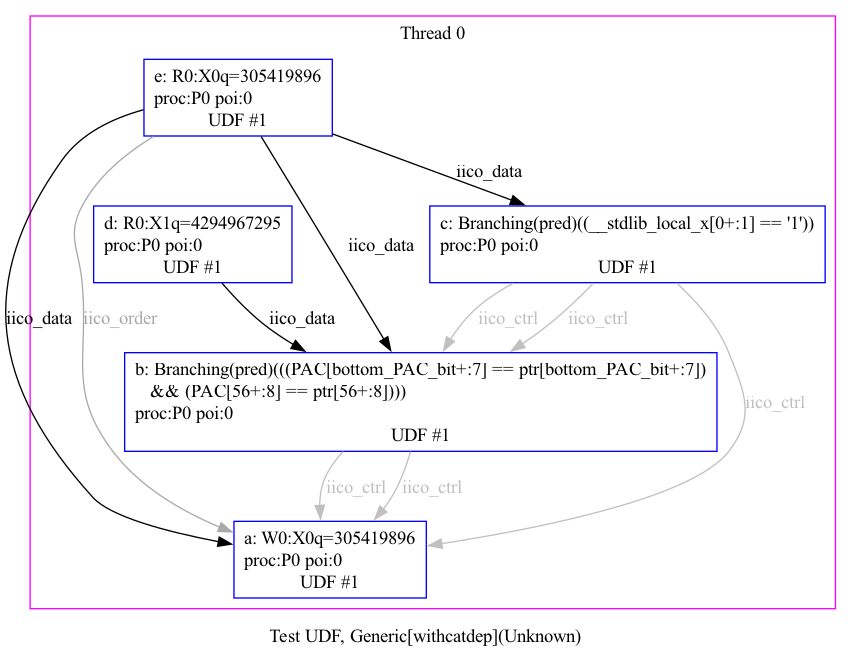
herd/herdtools7 keeps this Graphviz diagram as pac_tests/notes/pauth1_success.png. Above is the earlier version. Its source is kept beside it as pac_tests/notes/pauth1_success.dot. Source of this version:
```dot
digraph G {


/* legend */
label="Test UDF, Generic[withcatdep](Unknown)";


/* the unlocked events */
subgraph cluster_proc0 { rank=sink; label = "Thread 0"; color=magenta; shape=box;
eiid0 [label="a: W0:X0q=305419896\lproc:P0 poi:0\lUDF #1", shape="box", color="blue"];
eiid1 [label="b: Branching(pred)(((PAC[bottom_PAC_bit+:7] == ptr[bottom_PAC_bit+:7])
   && (PAC[56+:8] == ptr[56+:8])))\lproc:P0 poi:0\lUDF #1", shape="box", color="blue"];
eiid2 [label="c: Branching(pred)((__stdlib_local_x[0+:1] == '1'))\lproc:P0 poi:0\lUDF #1", shape="box", color="blue"];
eiid3 [label="d: R0:X1q=4294967295\lproc:P0 poi:0\lUDF #1", shape="box", color="blue"];
eiid4 [label="e: R0:X0q=305419896\lproc:P0 poi:0\lUDF #1", shape="box", color="blue"];
}

/* the intra_causality_data edges */

eiid3 -> eiid1 [label="iico_data", color="black", fontcolor="black"];
eiid4 -> eiid0 [label="iico_data", color="black", fontcolor="black"];
eiid4 -> eiid1 [label="iico_data", color="black", fontcolor="black"];
eiid4 -> eiid2 [label="iico_data", color="black", fontcolor="black"];

/* the intra_causality_control edges */
eiid1 -> eiid0 [label="iico_ctrl", color="grey", fontcolor="grey"];
eiid2 -> eiid0 [label="iico_ctrl", color="grey", fontcolor="grey"];
eiid2 -> eiid1 [label="iico_ctrl", color="grey", fontcolor="grey"];
eiid4 -> eiid0 [label="iico_order", color="darkgrey", fontcolor="darkgrey"];

/* the poi edges */
/* the rfmap edges */


/* The viewed-before edges */
eiid1 -> eiid0 [label="iico_ctrl", color="grey", fontcolor="grey"];
eiid2 -> eiid1 [label="iico_ctrl", color="grey", fontcolor="grey"];
}
```
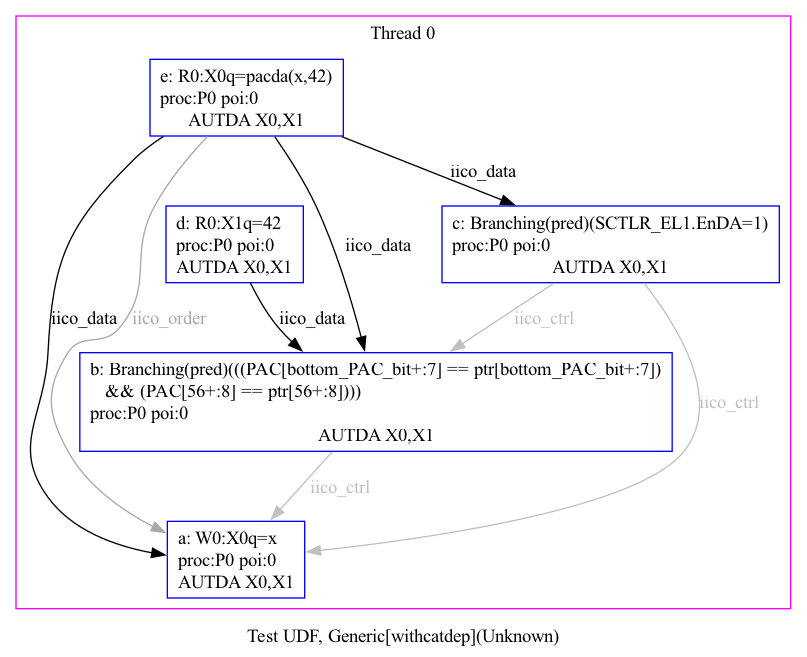
After the commit.

What changed in the source:
```diff
@@ -7,12 +7,12 @@
 
 /* the unlocked events */
 subgraph cluster_proc0 { rank=sink; label = "Thread 0"; color=magenta; shape=box;
-eiid0 [label="a: W0:X0q=305419896\lproc:P0 poi:0\lUDF #1", shape="box", color="blue"];
+eiid0 [label="a: W0:X0q=x\lproc:P0 poi:0\lAUTDA X0,X1", shape="box", color="blue"];
 eiid1 [label="b: Branching(pred)(((PAC[bottom_PAC_bit+:7] == ptr[bottom_PAC_bit+:7])
-   && (PAC[56+:8] == ptr[56+:8])))\lproc:P0 poi:0\lUDF #1", shape="box", color="blue"];
-eiid2 [label="c: Branching(pred)((__stdlib_local_x[0+:1] == '1'))\lproc:P0 poi:0\lUDF #1", shape="box", color="blue"];
-eiid3 [label="d: R0:X1q=4294967295\lproc:P0 poi:0\lUDF #1", shape="box", color="blue"];
-eiid4 [label="e: R0:X0q=305419896\lproc:P0 poi:0\lUDF #1", shape="box", color="blue"];
+   && (PAC[56+:8] == ptr[56+:8])))\lproc:P0 poi:0\lAUTDA X0,X1", shape="box", color="blue"];
+eiid2 [label="c: Branching(pred)(SCTLR_EL1.EnDA=1)\lproc:P0 poi:0\lAUTDA X0,X1", shape="box", color="blue"];
+eiid3 [label="d: R0:X1q=42\lproc:P0 poi:0\lAUTDA X0,X1", shape="box", color="blue"];
+eiid4 [label="e: R0:X0q=pacda(x,42)\lproc:P0 poi:0\lAUTDA X0,X1", shape="box", color="blue"];
 }
 
 /* the intra_causality_data edges */
@@ -27,12 +27,4 @@
 eiid2 -> eiid0 [label="iico_ctrl", color="grey", fontcolor="grey"];
 eiid2 -> eiid1 [label="iico_ctrl", color="grey", fontcolor="grey"];
 eiid4 -> eiid0 [label="iico_order", color="darkgrey", fontcolor="darkgrey"];
-
-/* the poi edges */
-/* the rfmap edges */
-
-
-/* The viewed-before edges */
-eiid1 -> eiid0 [label="iico_ctrl", color="grey", fontcolor="grey"];
-eiid2 -> eiid1 [label="iico_ctrl", color="grey", fontcolor="grey"];
 }
```
